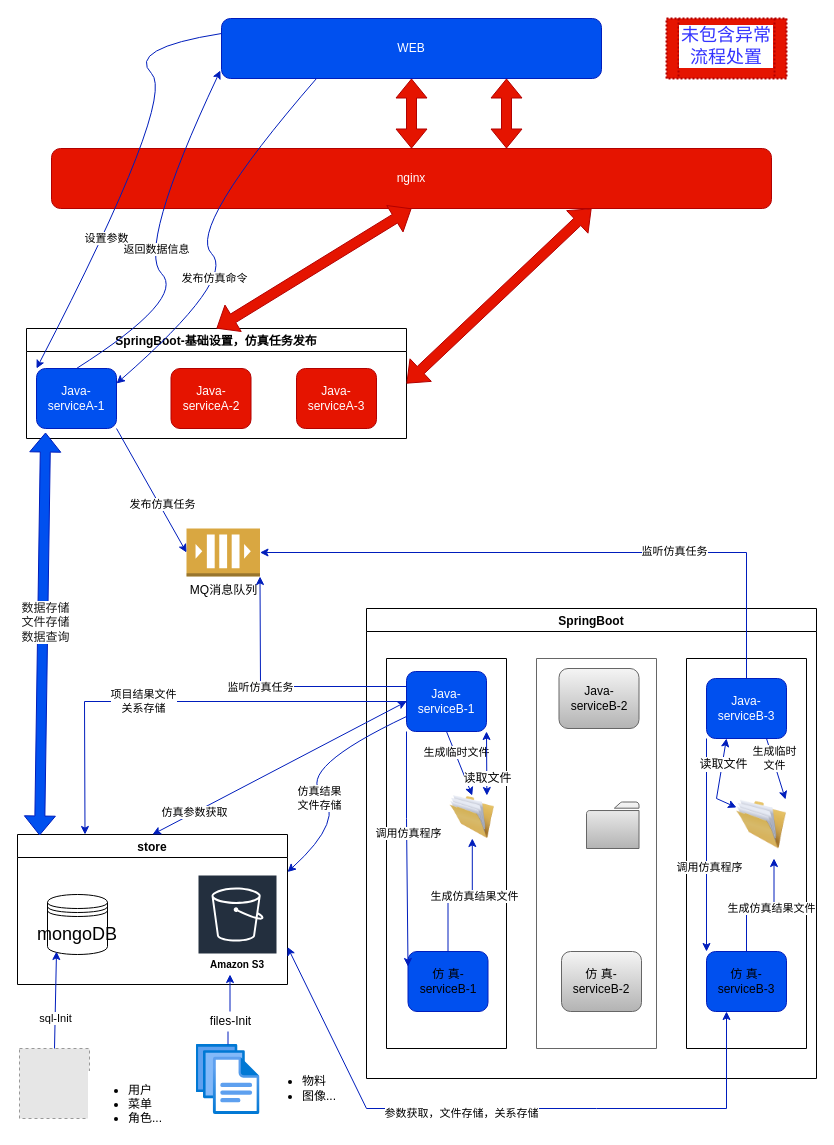
The draw.io diagram doc/TechBusiness.drawio in yezhen701/VTCAD, before the edit. Source tidied: cells renumbered, new cells numbered last; positions are measured from the earlier drawing's top-left corner, leaving out a move shared by most shapes. Both pictures are drawn from the tidied source at 100%, with x=0, y=0 at pixel (17, 18). Pictures stored in the file or linked from it are replaced by grey dashed boxes.
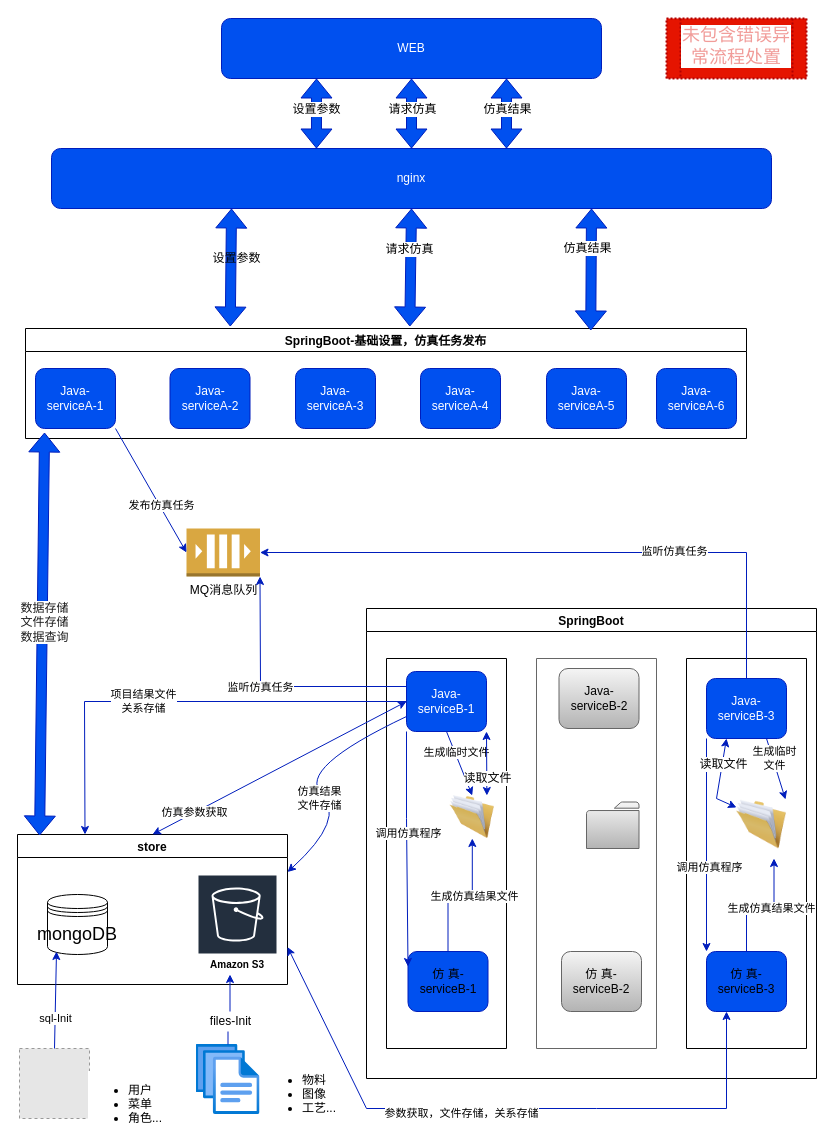
Above is the later version.

Unchanged cells that the change refers to:
```xml
<mxCell id="2" value="WEB" style="rounded=1;whiteSpace=wrap;html=1;fontColor=#ffffff;strokeColor=#001DBC;fillColor=#0050ef;" parent="1" vertex="1">
  <mxGeometry x="204" width="380" height="60" as="geometry" />
</mxCell>
<mxCell id="8" value="Java-serviceA-1" style="rounded=1;whiteSpace=wrap;html=1;fontColor=#ffffff;strokeColor=#001DBC;fillColor=#0050ef;" parent="7" vertex="1">
  <mxGeometry x="10" y="40" width="80" height="60" as="geometry" />
</mxCell>
```

The edit, as a diff of the source:
```diff
@@
-    <mxCell id="6" value="nginx" style="rounded=1;whiteSpace=wrap;html=1;fontColor=#ffffff;strokeColor=#B20000;fillColor=#e51400;" parent="1" vertex="1">
+    <mxCell id="6" value="nginx" style="rounded=1;whiteSpace=wrap;html=1;fontColor=#ffffff;strokeColor=#001DBC;fillColor=#0050ef;" parent="1" vertex="1">
       <mxGeometry x="34" y="130" width="720" height="60" as="geometry" />
     </mxCell>
     <mxCell id="7" value="SpringBoot-基础设置，仿真任务发布" style="swimlane;fontColor=default;strokeColor=default;fillColor=default;" parent="1" vertex="1">
-      <mxGeometry x="9" y="310" width="380" height="110" as="geometry" />
+      <mxGeometry x="8" y="310" width="721" height="110" as="geometry" />
     </mxCell>
@@
-    <mxCell id="9" value="Java-serviceA-2" style="rounded=1;whiteSpace=wrap;html=1;fontColor=#ffffff;strokeColor=#B20000;fillColor=#e51400;" parent="7" vertex="1">
+    <mxCell id="9" value="Java-serviceA-2" style="rounded=1;whiteSpace=wrap;html=1;fontColor=#ffffff;strokeColor=#001DBC;fillColor=#0050ef;" parent="7" vertex="1">
       <mxGeometry x="144.5" y="40" width="80" height="60" as="geometry" />
     </mxCell>
-    <mxCell id="10" value="Java-serviceA-3" style="rounded=1;whiteSpace=wrap;html=1;fontColor=#ffffff;strokeColor=#B20000;fillColor=#e51400;" parent="7" vertex="1">
+    <mxCell id="10" value="Java-serviceA-3" style="rounded=1;whiteSpace=wrap;html=1;fontColor=#ffffff;strokeColor=#001DBC;fillColor=#0050ef;" parent="7" vertex="1">
       <mxGeometry x="270" y="40" width="80" height="60" as="geometry" />
     </mxCell>
+    <mxCell id="76" value="Java-serviceA-6" style="rounded=1;whiteSpace=wrap;html=1;fontColor=#ffffff;strokeColor=#001DBC;fillColor=#0050ef;" parent="7" vertex="1">
+      <mxGeometry x="631" y="40" width="80" height="60" as="geometry" />
+    </mxCell>
+    <mxCell id="77" value="Java-serviceA-5" style="rounded=1;whiteSpace=wrap;html=1;fontColor=#ffffff;strokeColor=#001DBC;fillColor=#0050ef;" parent="7" vertex="1">
+      <mxGeometry x="521" y="40" width="80" height="60" as="geometry" />
+    </mxCell>
+    <mxCell id="78" value="Java-serviceA-4" style="rounded=1;whiteSpace=wrap;html=1;fontColor=#ffffff;strokeColor=#001DBC;fillColor=#0050ef;" parent="7" vertex="1">
+      <mxGeometry x="395" y="40" width="80" height="60" as="geometry" />
+    </mxCell>
@@
-    <mxCell id="41" value="设置参数" style="curved=1;endArrow=classic;html=1;rounded=0;labelBackgroundColor=default;fontColor=default;strokeColor=#001DBC;exitX=0;exitY=0.25;exitDx=0;exitDy=0;entryX=0;entryY=0;entryDx=0;entryDy=0;fillColor=#0050ef;" parent="1" edge="1" source="2" target="8">
-      <mxGeometry x="0.37" y="2" relative="1" as="geometry">
-        <Array as="points">
-          <mxPoint x="109" y="30" />
-          <mxPoint x="159" y="80" />
-        </Array>
-      </mxGeometry>
-    </mxCell>
-    <mxCell id="42" style="curved=1;endArrow=classic;html=1;rounded=0;labelBackgroundColor=default;fontColor=default;strokeColor=#001DBC;exitX=0.5;exitY=0;exitDx=0;exitDy=0;entryX=-0.003;entryY=0.867;entryDx=0;entryDy=0;entryPerimeter=0;fillColor=#0050ef;" parent="1" edge="1" source="8" target="2">
-      <mxGeometry relative="1" as="geometry">
-        <Array as="points">
-          <mxPoint x="169" y="280" />
-          <mxPoint x="119" y="230" />
-        </Array>
-      </mxGeometry>
-    </mxCell>
-    <mxCell id="43" value="返回数据信息" style="edgeLabel;html=1;align=center;verticalAlign=middle;fontColor=default;" parent="42" vertex="1">
-      <mxGeometry x="-0.06" y="-13" relative="1" as="geometry" />
-    </mxCell>
-    <mxCell id="44" style="curved=1;endArrow=classic;html=1;rounded=0;labelBackgroundColor=default;fontColor=default;strokeColor=#001DBC;exitX=0.25;exitY=1;exitDx=0;exitDy=0;entryX=1;entryY=0.25;entryDx=0;entryDy=0;fillColor=#0050ef;" parent="1" edge="1" source="2" target="8">
-      <mxGeometry relative="1" as="geometry">
-        <Array as="points">
-          <mxPoint x="169" y="210" />
-          <mxPoint x="219" y="260" />
-        </Array>
-      </mxGeometry>
-    </mxCell>
-    <mxCell id="45" value="发布仿真命令" style="edgeLabel;html=1;align=center;verticalAlign=middle;fontColor=default;" parent="44" vertex="1">
-      <mxGeometry x="0.18" y="-16" relative="1" as="geometry" />
-    </mxCell>
@@
-    <mxCell id="48" style="shape=flexArrow;endArrow=classic;startArrow=classic;html=1;rounded=0;labelBackgroundColor=default;fontColor=default;strokeColor=#B20000;entryX=0.5;entryY=1;entryDx=0;entryDy=0;fillColor=#e51400;" parent="1" edge="1" source="6" target="2">
+    <mxCell id="48" style="shape=flexArrow;endArrow=classic;startArrow=classic;html=1;rounded=0;labelBackgroundColor=default;fontColor=default;strokeColor=#001DBC;entryX=0.5;entryY=1;entryDx=0;entryDy=0;fillColor=#0050ef;" parent="1" edge="1" source="6" target="2">
       <mxGeometry relative="1" as="geometry" />
     </mxCell>
+    <mxCell id="79" value="请求仿真" style="edgeLabel;html=1;align=center;verticalAlign=middle;fontSize=12;fontColor=default;labelBackgroundColor=default;" parent="48" vertex="1">
+      <mxGeometry x="0.29" y="-4" relative="1" as="geometry">
+        <mxPoint x="-4" y="5" as="offset" />
+      </mxGeometry>
+    </mxCell>
-    <mxCell id="49" style="shape=flexArrow;endArrow=classic;startArrow=classic;html=1;rounded=0;labelBackgroundColor=default;fontColor=default;strokeColor=#B20000;entryX=0.5;entryY=1;entryDx=0;entryDy=0;fillColor=#e51400;" parent="1" edge="1">
+    <mxCell id="49" style="shape=flexArrow;endArrow=classic;startArrow=classic;html=1;rounded=0;labelBackgroundColor=default;fontColor=default;strokeColor=#001DBC;entryX=0.5;entryY=1;entryDx=0;entryDy=0;fillColor=#0050ef;" parent="1" edge="1">
       <mxGeometry relative="1" as="geometry">
         <mxPoint x="489" y="130" as="sourcePoint" />
         <mxPoint x="489" y="60" as="targetPoint" />
       </mxGeometry>
     </mxCell>
+    <mxCell id="80" value="仿真结果" style="edgeLabel;html=1;align=center;verticalAlign=middle;fontSize=12;fontColor=default;labelBackgroundColor=default;" parent="49" vertex="1">
+      <mxGeometry x="0.63" y="-8" relative="1" as="geometry">
+        <mxPoint x="-8" y="17" as="offset" />
+      </mxGeometry>
+    </mxCell>
-    <mxCell id="50" style="shape=flexArrow;endArrow=classic;startArrow=classic;html=1;rounded=0;labelBackgroundColor=default;fontColor=default;strokeColor=#B20000;entryX=0.5;entryY=1;entryDx=0;entryDy=0;exitX=0.5;exitY=0;exitDx=0;exitDy=0;fillColor=#e51400;" parent="1" edge="1" source="7" target="6">
+    <mxCell id="50" style="shape=flexArrow;endArrow=classic;startArrow=classic;html=1;rounded=0;labelBackgroundColor=default;fontColor=default;strokeColor=#001DBC;entryX=0.5;entryY=1;entryDx=0;entryDy=0;exitX=0.533;exitY=-0.018;exitDx=0;exitDy=0;fillColor=#0050ef;exitPerimeter=0;" parent="1" edge="1" source="7" target="6">
       <mxGeometry relative="1" as="geometry" />
     </mxCell>
+    <mxCell id="81" value="请求仿真" style="edgeLabel;html=1;align=center;verticalAlign=middle;fontSize=12;fontColor=default;" parent="50" vertex="1">
+      <mxGeometry x="0.3" y="2" relative="1" as="geometry" />
+    </mxCell>
-    <mxCell id="51" style="shape=flexArrow;endArrow=classic;startArrow=classic;html=1;rounded=0;labelBackgroundColor=default;fontColor=default;strokeColor=#B20000;entryX=0.75;entryY=1;entryDx=0;entryDy=0;exitX=1;exitY=0.5;exitDx=0;exitDy=0;fillColor=#e51400;" parent="1" edge="1" source="7" target="6">
+    <mxCell id="51" style="shape=flexArrow;endArrow=classic;startArrow=classic;html=1;rounded=0;labelBackgroundColor=default;fontColor=default;strokeColor=#001DBC;entryX=0.75;entryY=1;entryDx=0;entryDy=0;exitX=0.784;exitY=0.018;exitDx=0;exitDy=0;fillColor=#0050ef;exitPerimeter=0;" parent="1" edge="1" source="7" target="6">
       <mxGeometry relative="1" as="geometry" />
     </mxCell>
+    <mxCell id="82" value="仿真结果" style="edgeLabel;html=1;align=center;verticalAlign=middle;fontSize=12;fontColor=default;" parent="51" vertex="1">
+      <mxGeometry x="0.34" y="4" relative="1" as="geometry" />
+    </mxCell>
@@
-    <mxCell id="71" value="&lt;font style=&quot;font-size: 18px&quot; color=&quot;#3333ff&quot;&gt;未包含异常流程处置&lt;/font&gt;" style="shape=process;whiteSpace=wrap;html=1;backgroundOutline=1;shadow=0;dashed=1;dashPattern=1 1;labelBackgroundColor=default;strokeWidth=2;verticalAlign=top;perimeterSpacing=1;fillColor=#e51400;strokeColor=#B20000;fontColor=#ffffff;" parent="1" vertex="1">
-      <mxGeometry x="649" width="120" height="60" as="geometry" />
+    <mxCell id="71" value="&lt;font style=&quot;font-size: 18px&quot; color=&quot;#f19c99&quot;&gt;未包含错误异常流程处置&lt;/font&gt;" style="shape=process;whiteSpace=wrap;html=1;backgroundOutline=1;shadow=0;dashed=1;dashPattern=1 1;labelBackgroundColor=default;strokeWidth=2;verticalAlign=top;perimeterSpacing=1;fillColor=#e51400;strokeColor=#B20000;fontColor=#ffffff;" parent="1" vertex="1">
+      <mxGeometry x="649" width="140" height="60" as="geometry" />
     </mxCell>
@@
-    <mxCell id="75" value="&lt;ul&gt;&lt;li&gt;物料&lt;/li&gt;&lt;li&gt;图像...&lt;/li&gt;&lt;/ul&gt;" style="text;strokeColor=none;fillColor=none;html=1;whiteSpace=wrap;verticalAlign=middle;overflow=hidden;shadow=0;dashed=1;dashPattern=1 1;labelBackgroundColor=default;fontSize=12;fontColor=default;" parent="1" vertex="1">
+    <mxCell id="75" value="&lt;ul&gt;&lt;li&gt;物料&lt;/li&gt;&lt;li&gt;图像&lt;/li&gt;&lt;li&gt;工艺...&lt;/li&gt;&lt;/ul&gt;" style="text;strokeColor=none;fillColor=none;html=1;whiteSpace=wrap;verticalAlign=middle;overflow=hidden;shadow=0;dashed=1;dashPattern=1 1;labelBackgroundColor=default;fontSize=12;fontColor=default;" parent="1" vertex="1">
       <mxGeometry x="243" y="1040" width="90" height="60" as="geometry" />
     </mxCell>
+    <mxCell id="83" style="shape=flexArrow;endArrow=classic;startArrow=classic;html=1;rounded=0;labelBackgroundColor=default;fontSize=12;fontColor=default;strokeColor=#001DBC;entryX=0.25;entryY=1;entryDx=0;entryDy=0;fillColor=#0050ef;exitX=0.284;exitY=-0.018;exitDx=0;exitDy=0;exitPerimeter=0;" parent="1" edge="1" source="7" target="6">
+      <mxGeometry relative="1" as="geometry" />
+    </mxCell>
+    <mxCell id="84" style="shape=flexArrow;endArrow=classic;startArrow=classic;html=1;rounded=0;labelBackgroundColor=default;fontSize=12;fontColor=default;strokeColor=#001DBC;entryX=0.25;entryY=1;entryDx=0;entryDy=0;exitX=0.368;exitY=0;exitDx=0;exitDy=0;exitPerimeter=0;fillColor=#0050ef;" parent="1" edge="1" source="6" target="2">
+      <mxGeometry relative="1" as="geometry" />
+    </mxCell>
+    <mxCell id="85" value="设置参数" style="edgeLabel;html=1;align=center;verticalAlign=middle;fontSize=12;fontColor=default;labelBackgroundColor=default;" parent="84" vertex="1">
+      <mxGeometry x="0.29" y="-4" relative="1" as="geometry">
+        <mxPoint x="-4" y="5" as="offset" />
+      </mxGeometry>
+    </mxCell>
+    <mxCell id="86" value="设置参数" style="text;html=1;align=center;verticalAlign=middle;strokeColor=none;fillColor=none;fontSize=12;fontColor=default;" parent="1" vertex="1">
+      <mxGeometry x="189" y="230" width="60" height="20" as="geometry" />
+    </mxCell>
```
